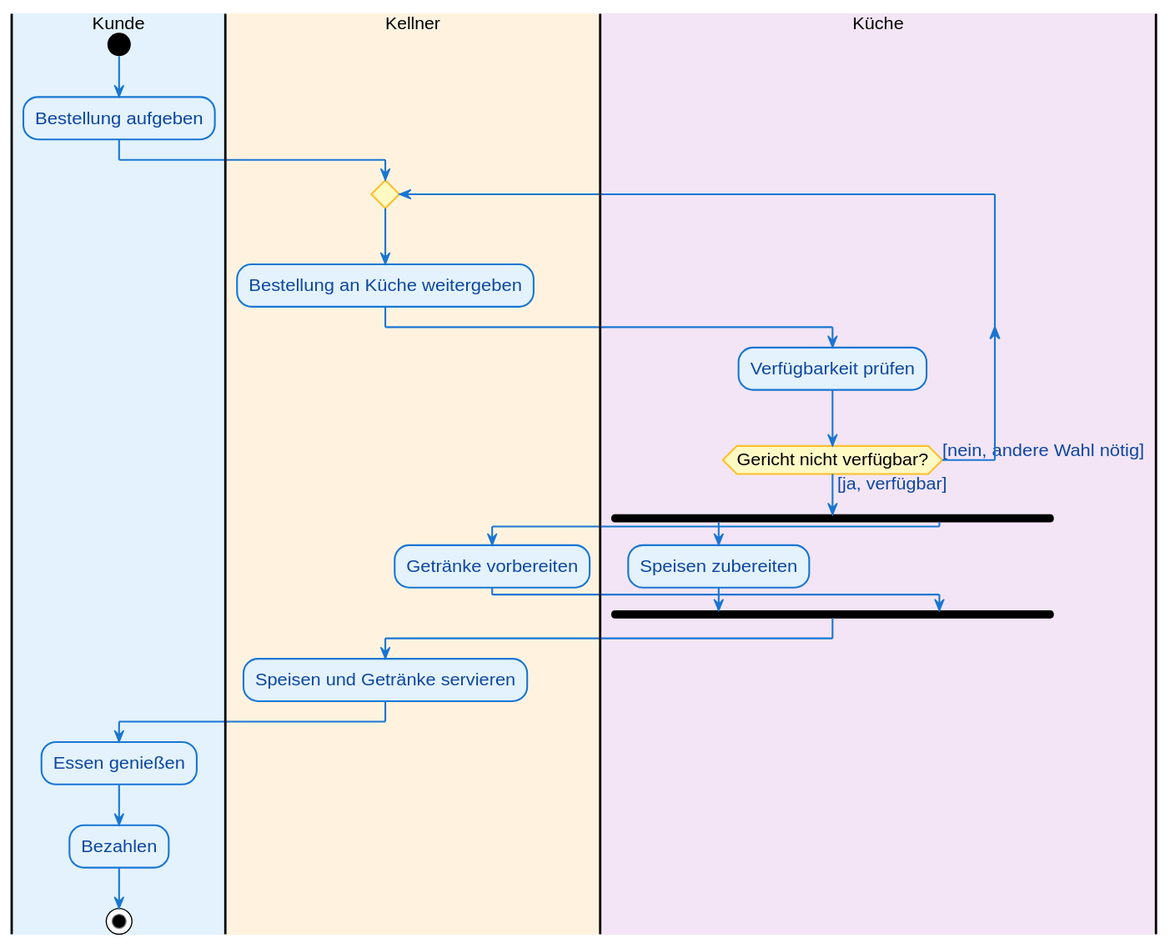
Above: docs/bilder/act-b10.svg in SeGaTeaching/UML-Diagramme (PlantUML), before the change. Source of this version:
```plantuml
@startuml
skinparam backgroundColor #FFFFFF
skinparam defaultFontName Helvetica
skinparam defaultFontSize 14
skinparam shadowing false
skinparam roundCorner 12
skinparam ArrowColor #1976D2
skinparam ArrowFontColor #0D47A1

skinparam actor {
  BackgroundColor #E3F2FD
  BorderColor #1976D2
  FontColor #0D47A1
}
skinparam usecase {
  BackgroundColor #E3F2FD
  BorderColor #1976D2
  FontColor #0D47A1
}
skinparam class {
  BackgroundColor #E3F2FD
  BorderColor #1976D2
  FontColor #0D47A1
  AttributeFontColor #0D47A1
  HeaderBackgroundColor #BBDEFB
}
skinparam state {
  BackgroundColor #E3F2FD
  BorderColor #1976D2
  FontColor #0D47A1
  ArrowColor #1976D2
  StartColor #222222
  EndColor #222222
}
skinparam sequence {
  ParticipantBackgroundColor #E3F2FD
  ParticipantBorderColor #1976D2
  ParticipantFontColor #0D47A1
  ActorBackgroundColor #E3F2FD
  ActorBorderColor #1976D2
  LifeLineBorderColor #90A4AE
  LifeLineBackgroundColor #ECEFF1
  BoxBorderColor #1976D2
}
skinparam activity {
  BackgroundColor #E3F2FD
  BorderColor #1976D2
  FontColor #0D47A1
  DiamondBackgroundColor #FFF3E0
  DiamondBorderColor #FB8C00
  StartColor #222222
  EndColor #222222
  BarColor #455A64
}
skinparam ActivityStartColor black
skinparam ActivityEndColor black
skinparam ActivityBackgroundColor #E3F2FD
skinparam ActivityBorderColor #1976D2
skinparam ActivityFontColor #0D47A1
skinparam ActivityDiamondBackgroundColor #FFF9C4
skinparam ActivityDiamondBorderColor #FBC02D
skinparam ActivityBarColor black
!pragma useVerticalIf on

|#e3f2fd|Kunde|
start
:Bestellung aufgeben;
|#fff3e0|Kellner|
repeat
  :Bestellung an Küche weitergeben;
  |#f3e5f5|Küche|
  :Verfügbarkeit prüfen;
repeat while (Gericht nicht verfügbar?) is ([nein, andere Wahl nötig]) not ([ja, verfügbar])
fork
  :Speisen zubereiten;
fork again
  |#fff3e0|Kellner|
  :Getränke vorbereiten;
end fork
|#fff3e0|Kellner|
:Speisen und Getränke servieren;
|#e3f2fd|Kunde|
:Essen genießen;
:Bezahlen;
stop
@enduml
```
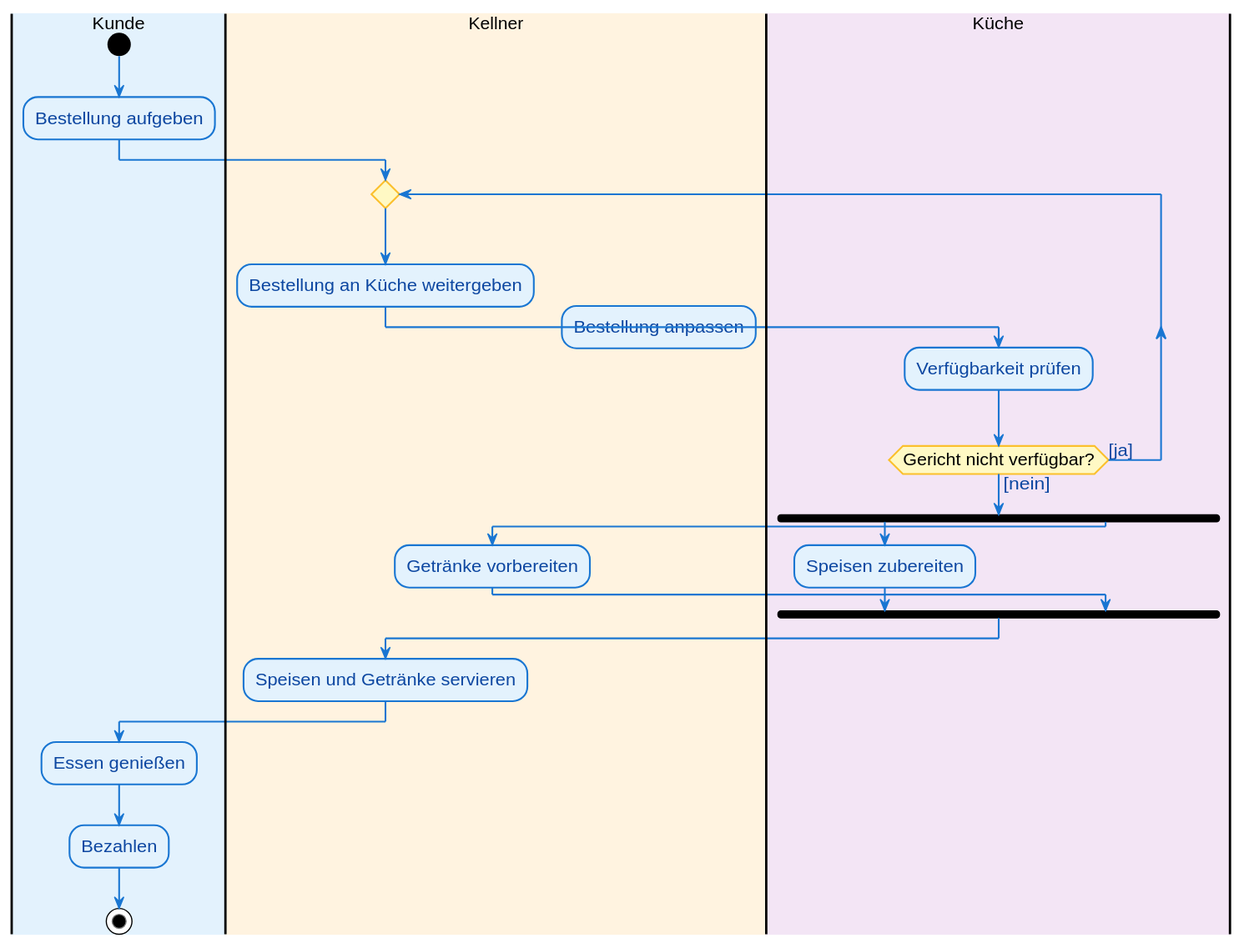
After the commit.

Change to the diagram source:
```diff
@@ -70,8 +70,11 @@
   :Bestellung an Küche weitergeben;
   |#f3e5f5|Küche|
   :Verfügbarkeit prüfen;
-repeat while (Gericht nicht verfügbar?) is ([nein, andere Wahl nötig]) not ([ja, verfügbar])
+  |#fff3e0|Kellner|
+backward:Bestellung anpassen;
+repeat while (Gericht nicht verfügbar?) is ([ja]) not ([nein])
 fork
+  |#f3e5f5|Küche|
   :Speisen zubereiten;
 fork again
   |#fff3e0|Kellner|
```
